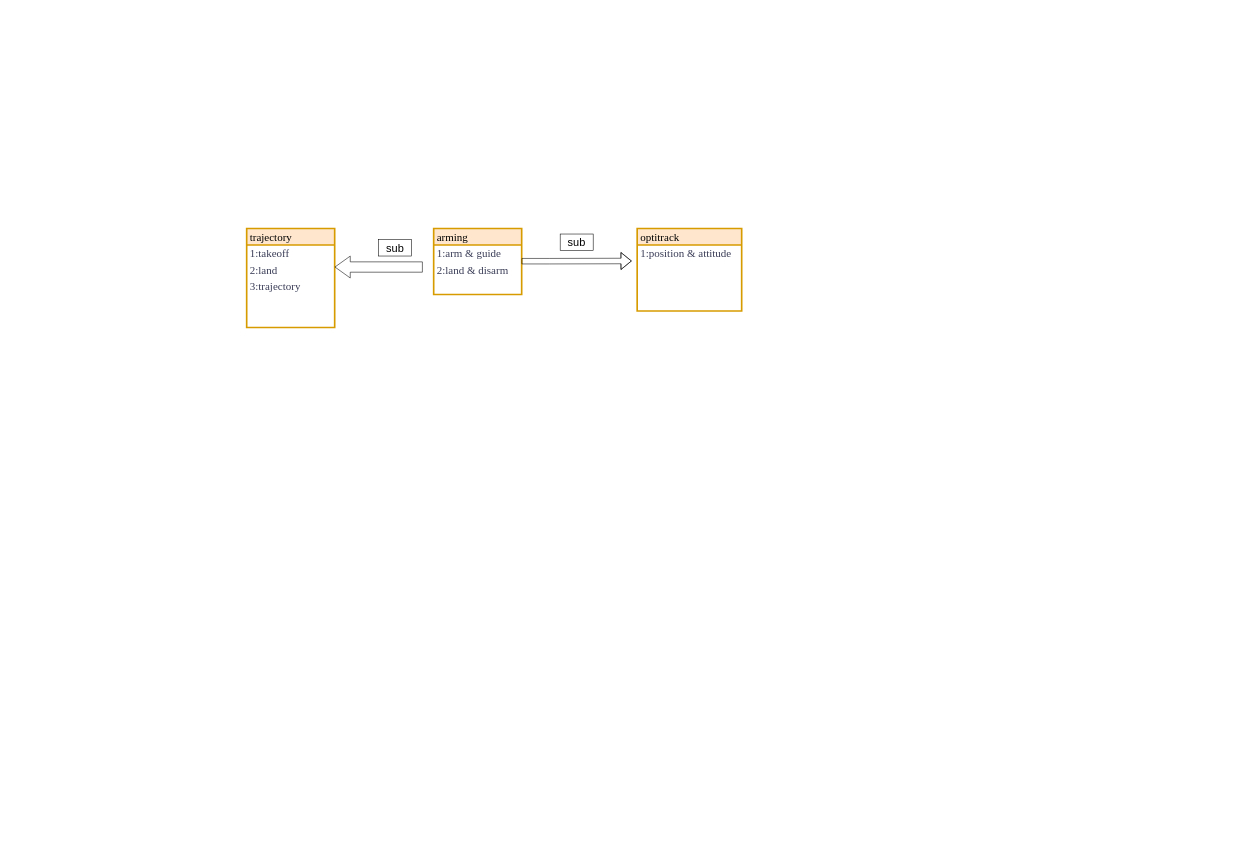
The draw.io diagram ros_block_diagram.drawio in CYMElee/EXP_WS, before the edit. Source tidied: cells renumbered, new cells numbered last; positions are measured from the earlier drawing's top-left corner, leaving out a move shared by most shapes. Both pictures are drawn from the tidied source at 55%, with x=0, y=0 at pixel (246, 228).
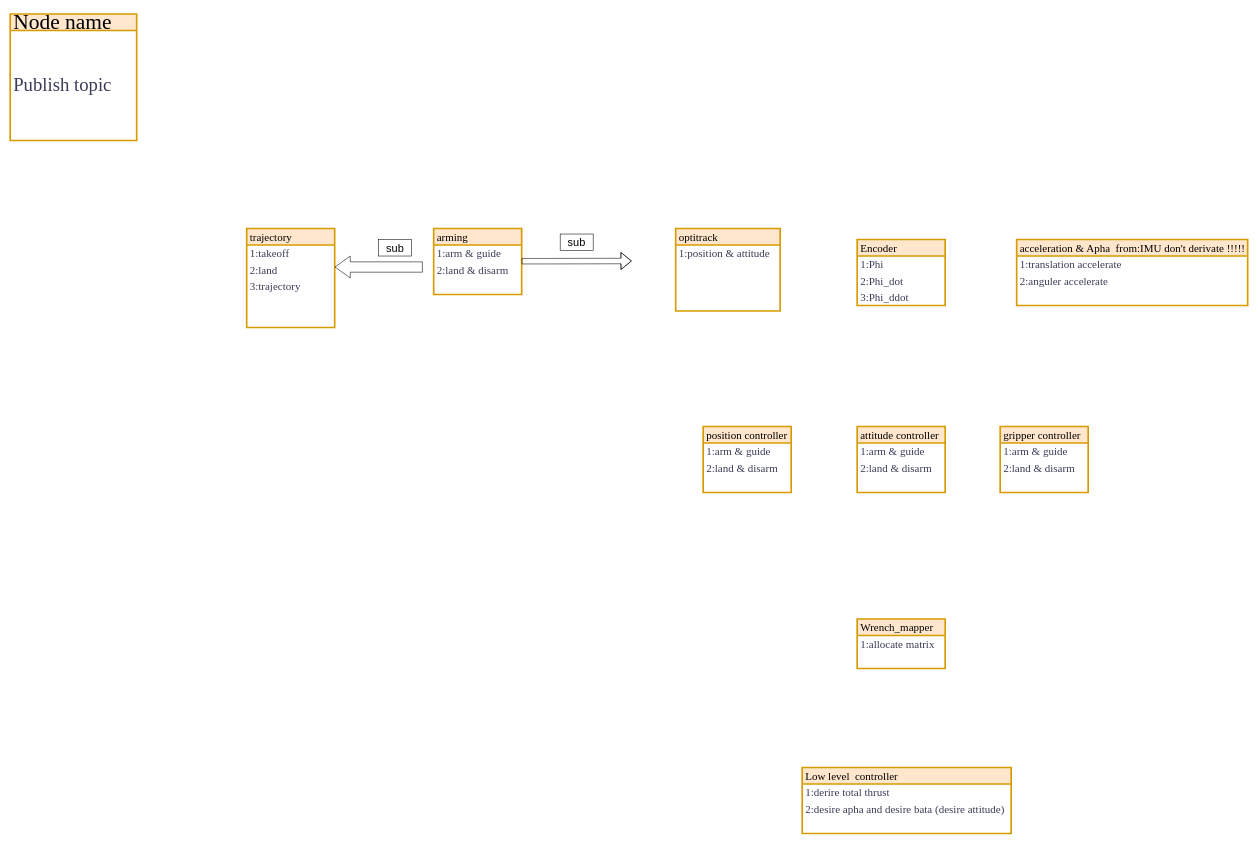
The same page after the edit.

The edit, as a diff of the source:
```diff
@@
     <mxCell id="12" value="optitrack&amp;nbsp;" style="swimlane;fontStyle=0;horizontal=1;startSize=30;whiteSpace=wrap;html=1;labelBackgroundColor=none;strokeWidth=3;align=left;verticalAlign=middle;spacingLeft=4;spacingRight=4;fontFamily=Times New Roman;fontSize=20;fillColor=#ffe6cc;strokeColor=#d79b00;perimeterSpacing=8;swimlaneLine=1;rounded=0;glass=0;shadow=0;" parent="1" vertex="1">
-      <mxGeometry x="710" width="190" height="150" as="geometry" />
+      <mxGeometry x="780" width="190" height="150" as="geometry" />
     </mxCell>
@@
+    <mxCell id="21" value="position controller" style="swimlane;fontStyle=0;horizontal=1;startSize=30;whiteSpace=wrap;html=1;labelBackgroundColor=none;strokeWidth=3;align=left;verticalAlign=middle;spacingLeft=4;spacingRight=4;fontFamily=Times New Roman;fontSize=20;fillColor=#ffe6cc;strokeColor=#d79b00;perimeterSpacing=8;swimlaneLine=1;rounded=0;glass=0;shadow=0;" parent="1" vertex="1">
+      <mxGeometry x="830" y="360" width="160" height="120" as="geometry" />
+    </mxCell>
+    <mxCell id="22" value="1:arm &amp;amp; guide" style="text;strokeColor=none;fillColor=none;align=left;verticalAlign=middle;spacingLeft=4;spacingRight=4;overflow=hidden;whiteSpace=wrap;html=1;fontSize=20;fontFamily=Times New Roman;fontColor=#393C56;" parent="21" vertex="1">
+      <mxGeometry y="30" width="160" height="30" as="geometry" />
+    </mxCell>
+    <mxCell id="23" value="2:land &amp;amp; disarm" style="text;strokeColor=none;fillColor=none;align=left;verticalAlign=middle;spacingLeft=4;spacingRight=4;overflow=hidden;whiteSpace=wrap;html=1;fontSize=20;fontFamily=Times New Roman;fontColor=#393C56;" parent="21" vertex="1">
+      <mxGeometry y="60" width="160" height="30" as="geometry" />
+    </mxCell>
+    <mxCell id="24" style="text;strokeColor=none;fillColor=none;align=left;verticalAlign=middle;spacingLeft=4;spacingRight=4;overflow=hidden;whiteSpace=wrap;html=1;fontSize=20;fontFamily=Times New Roman;fontColor=#393C56;" parent="21" vertex="1">
+      <mxGeometry y="90" width="160" height="30" as="geometry" />
+    </mxCell>
+    <mxCell id="25" value="attitude controller" style="swimlane;fontStyle=0;horizontal=1;startSize=30;whiteSpace=wrap;html=1;labelBackgroundColor=none;strokeWidth=3;align=left;verticalAlign=middle;spacingLeft=4;spacingRight=4;fontFamily=Times New Roman;fontSize=20;fillColor=#ffe6cc;strokeColor=#d79b00;perimeterSpacing=8;swimlaneLine=1;rounded=0;glass=0;shadow=0;" parent="1" vertex="1">
+      <mxGeometry x="1110" y="360" width="160" height="120" as="geometry" />
+    </mxCell>
+    <mxCell id="26" value="1:arm &amp;amp; guide" style="text;strokeColor=none;fillColor=none;align=left;verticalAlign=middle;spacingLeft=4;spacingRight=4;overflow=hidden;whiteSpace=wrap;html=1;fontSize=20;fontFamily=Times New Roman;fontColor=#393C56;" parent="25" vertex="1">
+      <mxGeometry y="30" width="160" height="30" as="geometry" />
+    </mxCell>
+    <mxCell id="27" value="2:land &amp;amp; disarm" style="text;strokeColor=none;fillColor=none;align=left;verticalAlign=middle;spacingLeft=4;spacingRight=4;overflow=hidden;whiteSpace=wrap;html=1;fontSize=20;fontFamily=Times New Roman;fontColor=#393C56;" parent="25" vertex="1">
+      <mxGeometry y="60" width="160" height="30" as="geometry" />
+    </mxCell>
+    <mxCell id="28" style="text;strokeColor=none;fillColor=none;align=left;verticalAlign=middle;spacingLeft=4;spacingRight=4;overflow=hidden;whiteSpace=wrap;html=1;fontSize=20;fontFamily=Times New Roman;fontColor=#393C56;" parent="25" vertex="1">
+      <mxGeometry y="90" width="160" height="30" as="geometry" />
+    </mxCell>
+    <mxCell id="29" value="gripper controller" style="swimlane;fontStyle=0;horizontal=1;startSize=30;whiteSpace=wrap;html=1;labelBackgroundColor=none;strokeWidth=3;align=left;verticalAlign=middle;spacingLeft=4;spacingRight=4;fontFamily=Times New Roman;fontSize=20;fillColor=#ffe6cc;strokeColor=#d79b00;perimeterSpacing=8;swimlaneLine=1;rounded=0;glass=0;shadow=0;" parent="1" vertex="1">
+      <mxGeometry x="1370" y="360" width="160" height="120" as="geometry" />
+    </mxCell>
+    <mxCell id="30" value="1:arm &amp;amp; guide" style="text;strokeColor=none;fillColor=none;align=left;verticalAlign=middle;spacingLeft=4;spacingRight=4;overflow=hidden;whiteSpace=wrap;html=1;fontSize=20;fontFamily=Times New Roman;fontColor=#393C56;" parent="29" vertex="1">
+      <mxGeometry y="30" width="160" height="30" as="geometry" />
+    </mxCell>
+    <mxCell id="31" value="2:land &amp;amp; disarm" style="text;strokeColor=none;fillColor=none;align=left;verticalAlign=middle;spacingLeft=4;spacingRight=4;overflow=hidden;whiteSpace=wrap;html=1;fontSize=20;fontFamily=Times New Roman;fontColor=#393C56;" parent="29" vertex="1">
+      <mxGeometry y="60" width="160" height="30" as="geometry" />
+    </mxCell>
+    <mxCell id="32" style="text;strokeColor=none;fillColor=none;align=left;verticalAlign=middle;spacingLeft=4;spacingRight=4;overflow=hidden;whiteSpace=wrap;html=1;fontSize=20;fontFamily=Times New Roman;fontColor=#393C56;" parent="29" vertex="1">
+      <mxGeometry y="90" width="160" height="30" as="geometry" />
+    </mxCell>
+    <mxCell id="33" value="Encoder" style="swimlane;fontStyle=0;horizontal=1;startSize=30;whiteSpace=wrap;html=1;labelBackgroundColor=none;strokeWidth=3;align=left;verticalAlign=middle;spacingLeft=4;spacingRight=4;fontFamily=Times New Roman;fontSize=20;fillColor=#ffe6cc;strokeColor=#d79b00;perimeterSpacing=8;swimlaneLine=1;rounded=0;glass=0;shadow=0;" parent="1" vertex="1">
+      <mxGeometry x="1110" y="20" width="160" height="120" as="geometry" />
+    </mxCell>
+    <mxCell id="34" value="1:Phi" style="text;strokeColor=none;fillColor=none;align=left;verticalAlign=middle;spacingLeft=4;spacingRight=4;overflow=hidden;whiteSpace=wrap;html=1;fontSize=20;fontFamily=Times New Roman;fontColor=#393C56;" parent="33" vertex="1">
+      <mxGeometry y="30" width="160" height="30" as="geometry" />
+    </mxCell>
+    <mxCell id="35" value="2:Phi_dot" style="text;strokeColor=none;fillColor=none;align=left;verticalAlign=middle;spacingLeft=4;spacingRight=4;overflow=hidden;whiteSpace=wrap;html=1;fontSize=20;fontFamily=Times New Roman;fontColor=#393C56;" parent="33" vertex="1">
+      <mxGeometry y="60" width="160" height="30" as="geometry" />
+    </mxCell>
+    <mxCell id="36" value="3:Phi_ddot" style="text;strokeColor=none;fillColor=none;align=left;verticalAlign=middle;spacingLeft=4;spacingRight=4;overflow=hidden;whiteSpace=wrap;html=1;fontSize=20;fontFamily=Times New Roman;fontColor=#393C56;" parent="33" vertex="1">
+      <mxGeometry y="90" width="160" height="30" as="geometry" />
+    </mxCell>
+    <mxCell id="37" value="acceleration &amp;amp; Apha&amp;nbsp; from:IMU don't derivate !!!!!" style="swimlane;fontStyle=0;horizontal=1;startSize=30;whiteSpace=wrap;html=1;labelBackgroundColor=none;strokeWidth=3;align=left;verticalAlign=middle;spacingLeft=4;spacingRight=4;fontFamily=Times New Roman;fontSize=20;fillColor=#ffe6cc;strokeColor=#d79b00;perimeterSpacing=8;swimlaneLine=1;rounded=0;glass=0;shadow=0;" parent="1" vertex="1">
+      <mxGeometry x="1400" y="20" width="420" height="120" as="geometry" />
+    </mxCell>
+    <mxCell id="38" value="1:translation accelerate" style="text;strokeColor=none;fillColor=none;align=left;verticalAlign=middle;spacingLeft=4;spacingRight=4;overflow=hidden;whiteSpace=wrap;html=1;fontSize=20;fontFamily=Times New Roman;fontColor=#393C56;" parent="37" vertex="1">
+      <mxGeometry y="30" width="420" height="30" as="geometry" />
+    </mxCell>
+    <mxCell id="39" value="2:anguler accelerate" style="text;strokeColor=none;fillColor=none;align=left;verticalAlign=middle;spacingLeft=4;spacingRight=4;overflow=hidden;whiteSpace=wrap;html=1;fontSize=20;fontFamily=Times New Roman;fontColor=#393C56;" parent="37" vertex="1">
+      <mxGeometry y="60" width="420" height="30" as="geometry" />
+    </mxCell>
+    <mxCell id="40" style="text;strokeColor=none;fillColor=none;align=left;verticalAlign=middle;spacingLeft=4;spacingRight=4;overflow=hidden;whiteSpace=wrap;html=1;fontSize=20;fontFamily=Times New Roman;fontColor=#393C56;" parent="37" vertex="1">
+      <mxGeometry y="90" width="420" height="30" as="geometry" />
+    </mxCell>
+    <mxCell id="41" value="Wrench_mapper" style="swimlane;fontStyle=0;horizontal=1;startSize=30;whiteSpace=wrap;html=1;labelBackgroundColor=none;strokeWidth=3;align=left;verticalAlign=middle;spacingLeft=4;spacingRight=4;fontFamily=Times New Roman;fontSize=20;fillColor=#ffe6cc;strokeColor=#d79b00;perimeterSpacing=8;swimlaneLine=1;rounded=0;glass=0;shadow=0;" parent="1" vertex="1">
+      <mxGeometry x="1110" y="710" width="160" height="90" as="geometry" />
+    </mxCell>
+    <mxCell id="42" value="1:allocate matrix" style="text;strokeColor=none;fillColor=none;align=left;verticalAlign=middle;spacingLeft=4;spacingRight=4;overflow=hidden;whiteSpace=wrap;html=1;fontSize=20;fontFamily=Times New Roman;fontColor=#393C56;" parent="41" vertex="1">
+      <mxGeometry y="30" width="160" height="30" as="geometry" />
+    </mxCell>
+    <mxCell id="43" style="text;strokeColor=none;fillColor=none;align=left;verticalAlign=middle;spacingLeft=4;spacingRight=4;overflow=hidden;whiteSpace=wrap;html=1;fontSize=20;fontFamily=Times New Roman;fontColor=#393C56;" parent="41" vertex="1">
+      <mxGeometry y="60" width="160" height="30" as="geometry" />
+    </mxCell>
+    <mxCell id="44" value="&lt;font style=&quot;font-size: 39px;&quot;&gt;Node name&lt;/font&gt;" style="swimlane;fontStyle=0;horizontal=1;startSize=30;whiteSpace=wrap;html=1;labelBackgroundColor=none;strokeWidth=3;align=left;verticalAlign=middle;spacingLeft=4;spacingRight=4;fontFamily=Times New Roman;fontSize=20;fillColor=#ffe6cc;strokeColor=#d79b00;perimeterSpacing=8;swimlaneLine=1;rounded=0;glass=0;shadow=0;" parent="1" vertex="1">
+      <mxGeometry x="-430" y="-390" width="230" height="230" as="geometry" />
+    </mxCell>
+    <mxCell id="45" value="&lt;font style=&quot;font-size: 34px;&quot;&gt;Publish topic&lt;/font&gt;" style="text;strokeColor=none;fillColor=none;align=left;verticalAlign=middle;spacingLeft=4;spacingRight=4;overflow=hidden;whiteSpace=wrap;html=1;fontSize=20;fontFamily=Times New Roman;fontColor=#393C56;" parent="44" vertex="1">
+      <mxGeometry y="30" width="230" height="200" as="geometry" />
+    </mxCell>
+    <mxCell id="46" value="Low level&amp;nbsp; controller" style="swimlane;fontStyle=0;horizontal=1;startSize=30;whiteSpace=wrap;html=1;labelBackgroundColor=none;strokeWidth=3;align=left;verticalAlign=middle;spacingLeft=4;spacingRight=4;fontFamily=Times New Roman;fontSize=20;fillColor=#ffe6cc;strokeColor=#d79b00;perimeterSpacing=8;swimlaneLine=1;rounded=0;glass=0;shadow=0;" parent="1" vertex="1">
+      <mxGeometry x="1010" y="980" width="380" height="120" as="geometry" />
+    </mxCell>
+    <mxCell id="47" value="1:derire total thrust" style="text;strokeColor=none;fillColor=none;align=left;verticalAlign=middle;spacingLeft=4;spacingRight=4;overflow=hidden;whiteSpace=wrap;html=1;fontSize=20;fontFamily=Times New Roman;fontColor=#393C56;" parent="46" vertex="1">
+      <mxGeometry y="30" width="380" height="30" as="geometry" />
+    </mxCell>
+    <mxCell id="48" value="2:desire apha and desire bata (desire attitude)" style="text;strokeColor=none;fillColor=none;align=left;verticalAlign=middle;spacingLeft=4;spacingRight=4;overflow=hidden;whiteSpace=wrap;html=1;fontSize=20;fontFamily=Times New Roman;fontColor=#393C56;" parent="46" vertex="1">
+      <mxGeometry y="60" width="380" height="30" as="geometry" />
+    </mxCell>
+    <mxCell id="49" style="text;strokeColor=none;fillColor=none;align=left;verticalAlign=middle;spacingLeft=4;spacingRight=4;overflow=hidden;whiteSpace=wrap;html=1;fontSize=20;fontFamily=Times New Roman;fontColor=#393C56;" parent="46" vertex="1">
+      <mxGeometry y="90" width="380" height="30" as="geometry" />
+    </mxCell>
```
